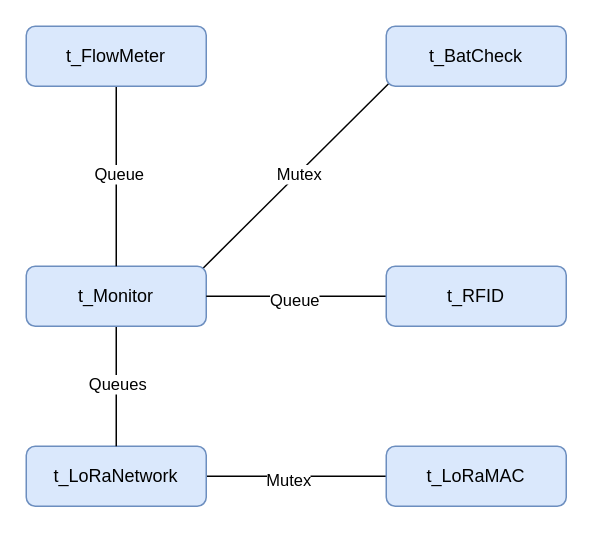
This is page "FeedingStation" (2 of 2) of Spec/TaskOverview.drawio from Ner027/MooFeeder, a draw.io file, before an edit. Source tidied: cells renumbered, new cells numbered last; positions are measured from the earlier drawing's top-left corner, leaving out a move shared by most shapes. Both pictures are drawn from the tidied source at 150%, with x=0, y=0 at pixel (26, 26).
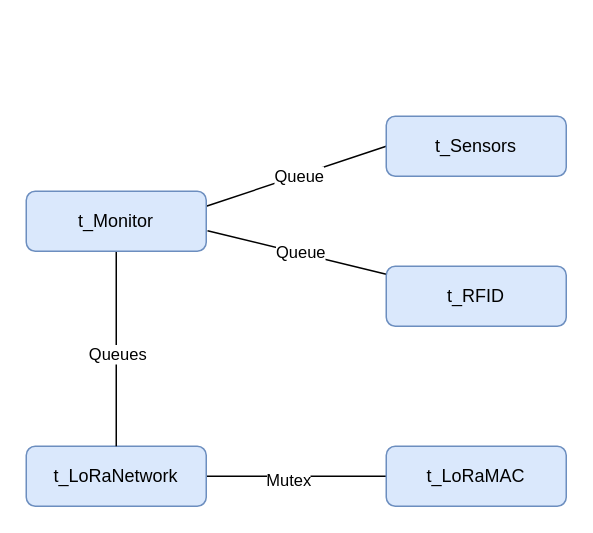
After the change.

Diff of the diagram source:
```diff
@@
 <mxGraphModel>
   <root>
     <mxCell id="0" />
     <mxCell id="1" parent="0" />
-    <mxCell id="2" style="rounded=0;jettySize=auto;html=1;entryX=0.978;entryY=0.045;entryDx=0;entryDy=0;exitX=0.017;exitY=0.945;exitDx=0;exitDy=0;exitPerimeter=0;endArrow=none;endFill=0;entryPerimeter=0;" parent="1" edge="1" source="14" target="9">
+    <mxCell id="2" style="rounded=0;jettySize=auto;html=1;entryX=1;entryY=0.25;entryDx=0;entryDy=0;exitX=0;exitY=0.5;exitDx=0;exitDy=0;endArrow=none;endFill=0;" parent="1" edge="1" source="14" target="9">
       <mxGeometry relative="1" as="geometry" />
     </mxCell>
-    <mxCell id="3" value="Mutex" style="edgeLabel;html=1;align=center;verticalAlign=middle;" parent="2" vertex="1">
+    <mxCell id="3" value="Queue" style="edgeLabel;html=1;align=center;verticalAlign=middle;" parent="2" vertex="1">
       <mxGeometry x="-0.02" relative="1" as="geometry" />
     </mxCell>
     <mxCell id="4" style="edgeStyle=orthogonalEdgeStyle;rounded=0;jettySize=auto;html=1;endArrow=none;endFill=0;" parent="1" edge="1" source="6" target="7">
       <mxGeometry relative="1" as="geometry" />
     </mxCell>
     <mxCell id="5" value="Mutex" style="edgeLabel;html=1;align=center;verticalAlign=middle;" parent="4" vertex="1">
       <mxGeometry x="-0.1" y="-2" relative="1" as="geometry" />
     </mxCell>
     <mxCell id="6" value="t_LoRaNetwork" style="rounded=1;whiteSpace=wrap;html=1;fillColor=#dae8fc;strokeColor=#6c8ebf;" parent="1" vertex="1">
       <mxGeometry y="280" width="120" height="40" as="geometry" />
     </mxCell>
     <mxCell id="7" value="t_LoRaMAC" style="rounded=1;whiteSpace=wrap;html=1;fillColor=#dae8fc;strokeColor=#6c8ebf;" parent="1" vertex="1">
       <mxGeometry x="240" y="280" width="120" height="40" as="geometry" />
     </mxCell>
     <mxCell id="8" style="edgeStyle=orthogonalEdgeStyle;rounded=0;jettySize=auto;html=1;entryX=0.5;entryY=0;entryDx=0;entryDy=0;endArrow=none;endFill=0;" parent="1" edge="1" source="9" target="6">
       <mxGeometry relative="1" as="geometry" />
     </mxCell>
     <mxCell id="9" value="t_Monitor" style="rounded=1;whiteSpace=wrap;html=1;fillColor=#dae8fc;strokeColor=#6c8ebf;" parent="1" vertex="1">
-      <mxGeometry y="160" width="120" height="40" as="geometry" />
+      <mxGeometry y="110" width="120" height="40" as="geometry" />
     </mxCell>
-    <mxCell id="10" style="edgeStyle=orthogonalEdgeStyle;rounded=0;jettySize=auto;html=1;endArrow=none;endFill=0;" parent="1" edge="1" source="12" target="9">
+    <mxCell id="10" style="rounded=0;jettySize=auto;html=1;endArrow=none;endFill=0;entryX=1.007;entryY=0.657;entryDx=0;entryDy=0;entryPerimeter=0;" parent="1" edge="1" source="12" target="9">
       <mxGeometry relative="1" as="geometry" />
     </mxCell>
     <mxCell id="11" value="Queue" style="edgeLabel;html=1;align=center;verticalAlign=middle;" parent="10" vertex="1">
-      <mxGeometry x="0.03" y="2" relative="1" as="geometry" />
+      <mxGeometry x="0.03" y="2" relative="1" as="geometry">
+        <mxPoint x="4" y="-2" as="offset" />
+      </mxGeometry>
     </mxCell>
     <mxCell id="12" value="t_RFID" style="rounded=1;whiteSpace=wrap;html=1;fillColor=#dae8fc;strokeColor=#6c8ebf;" parent="1" vertex="1">
       <mxGeometry x="240" y="160" width="120" height="40" as="geometry" />
     </mxCell>
     <mxCell id="13" value="Queues" style="edgeLabel;html=1;align=center;verticalAlign=middle;" parent="1" vertex="1">
-      <mxGeometry x="300" y="150" as="geometry">
+      <mxGeometry x="300" y="130" as="geometry">
         <mxPoint x="-240" y="88" as="offset" />
       </mxGeometry>
     </mxCell>
-    <mxCell id="14" value="t_BatCheck" style="rounded=1;whiteSpace=wrap;html=1;fillColor=#dae8fc;strokeColor=#6c8ebf;" parent="1" vertex="1">
-      <mxGeometry x="240" width="120" height="40" as="geometry" />
+    <mxCell id="14" value="t_Sensors" style="rounded=1;whiteSpace=wrap;html=1;fillColor=#dae8fc;strokeColor=#6c8ebf;" parent="1" vertex="1">
+      <mxGeometry x="240" y="60" width="120" height="40" as="geometry" />
     </mxCell>
-    <mxCell id="15" style="rounded=0;jettySize=auto;html=1;endArrow=none;endFill=0;" parent="1" edge="1" source="17" target="9">
-      <mxGeometry relative="1" as="geometry" />
-    </mxCell>
-    <mxCell id="16" value="Queue" style="edgeLabel;html=1;align=center;verticalAlign=middle;" parent="15" vertex="1">
-      <mxGeometry x="-0.03" y="1" relative="1" as="geometry" />
-    </mxCell>
-    <mxCell id="17" value="t_FlowMeter" style="rounded=1;whiteSpace=wrap;html=1;fillColor=#dae8fc;strokeColor=#6c8ebf;" parent="1" vertex="1">
-      <mxGeometry width="120" height="40" as="geometry" />
-    </mxCell>
   </root>
 </mxGraphModel>
```
